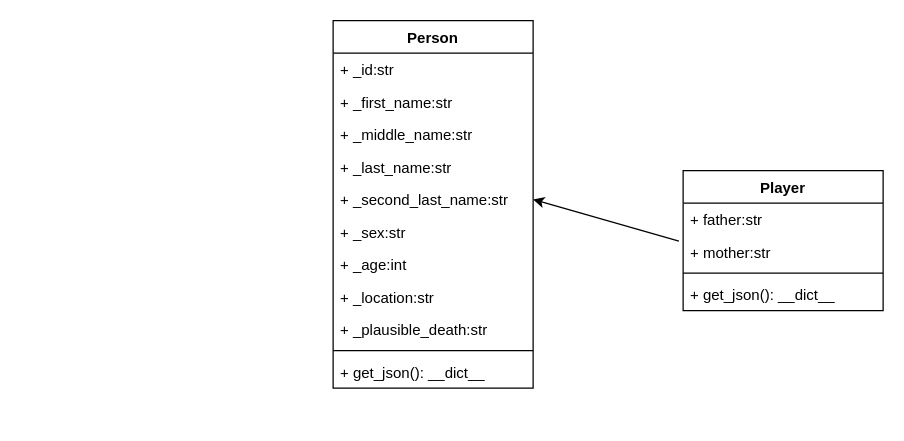
Before: Docs/class-diagram.drawio in felipedelosh/API-LifeInstructions, a draw.io diagram. Source tidied: cells renumbered, new cells numbered last; positions are measured from the earlier drawing's top-left corner, leaving out a move shared by most shapes. Both pictures are drawn from the tidied source at 125%, with x=0, y=0 at pixel (332, 20).
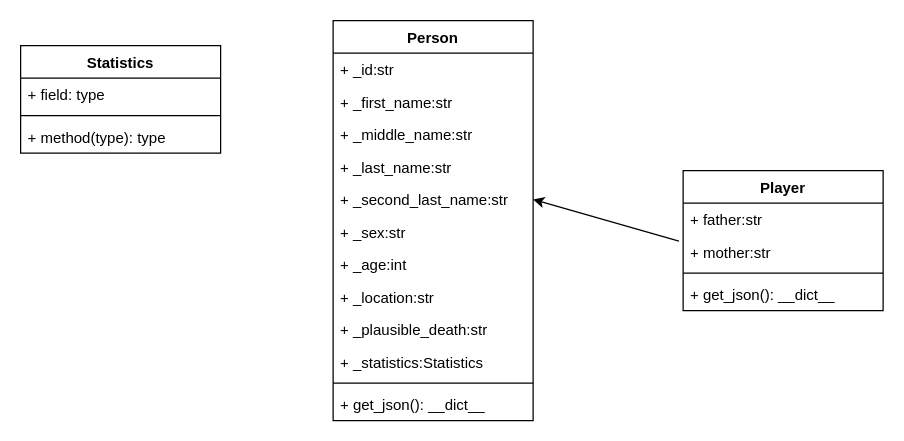
The same diagram, later.

Change to the diagram source:
```diff
@@
     <mxCell id="2" value="Person" style="swimlane;fontStyle=1;align=center;verticalAlign=top;horizontal=1;startSize=26;" parent="1" vertex="1">
-      <mxGeometry width="160" height="294" as="geometry" />
+      <mxGeometry width="160" height="320" as="geometry" />
     </mxCell>
@@
+    <mxCell id="20" value="+ _statistics:Statistics" style="text;strokeColor=none;fillColor=none;align=left;verticalAlign=top;spacingLeft=4;spacingRight=4;overflow=hidden;" parent="2" vertex="1">
+      <mxGeometry y="260" width="160" height="26" as="geometry" />
+    </mxCell>
     <mxCell id="12" style="line;strokeWidth=1;fillColor=none;align=left;verticalAlign=middle;spacingTop=-1;spacingLeft=3;spacingRight=3;labelPosition=right;strokeColor=inherit;" parent="2" vertex="1">
-      <mxGeometry y="260" width="160" height="8" as="geometry" />
+      <mxGeometry y="286" width="160" height="8" as="geometry" />
     </mxCell>
     <mxCell id="13" value="+ get_json(): __dict__" style="text;strokeColor=none;fillColor=none;align=left;verticalAlign=top;spacingLeft=4;spacingRight=4;overflow=hidden;" parent="2" vertex="1">
-      <mxGeometry y="268" width="160" height="26" as="geometry" />
+      <mxGeometry y="294" width="160" height="26" as="geometry" />
     </mxCell>
@@
+    <mxCell id="21" value="Statistics" style="swimlane;fontStyle=1;align=center;verticalAlign=top;horizontal=1;startSize=26;" parent="1" vertex="1">
+      <mxGeometry x="-250" y="20" width="160" height="86" as="geometry" />
+    </mxCell>
+    <mxCell id="22" value="+ field: type" style="text;strokeColor=none;fillColor=none;align=left;verticalAlign=top;spacingLeft=4;spacingRight=4;overflow=hidden;" parent="21" vertex="1">
+      <mxGeometry y="26" width="160" height="26" as="geometry" />
+    </mxCell>
+    <mxCell id="23" style="line;strokeWidth=1;fillColor=none;align=left;verticalAlign=middle;spacingTop=-1;spacingLeft=3;spacingRight=3;labelPosition=right;strokeColor=inherit;" parent="21" vertex="1">
+      <mxGeometry y="52" width="160" height="8" as="geometry" />
+    </mxCell>
+    <mxCell id="24" value="+ method(type): type" style="text;strokeColor=none;fillColor=none;align=left;verticalAlign=top;spacingLeft=4;spacingRight=4;overflow=hidden;" parent="21" vertex="1">
+      <mxGeometry y="60" width="160" height="26" as="geometry" />
+    </mxCell>
```
